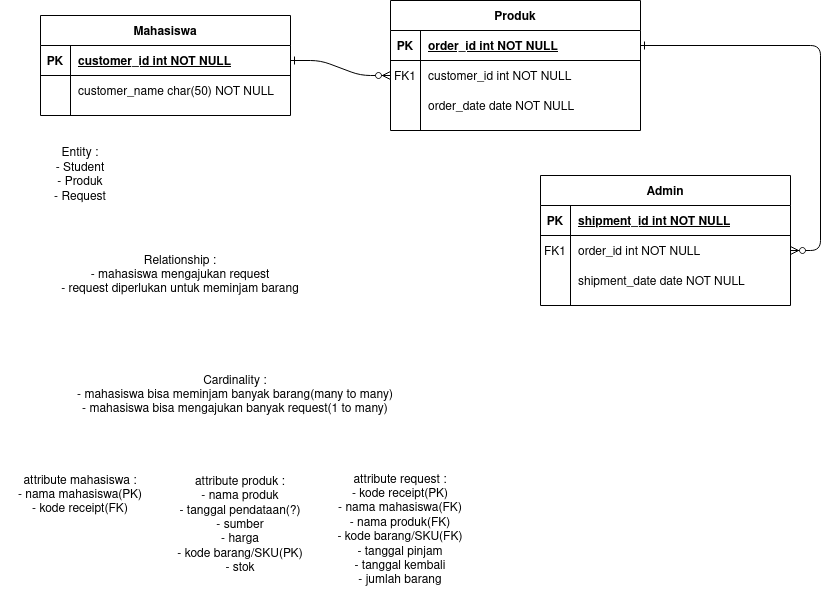
Above: diagrams/ER diagram.drawio.png in johannfac/aplikasipeminjamanaset (draw.io), before the change. Source tidied: cells renumbered, new cells last; positions are measured from the earlier drawing's top-left corner, leaving out a move shared by most shapes.
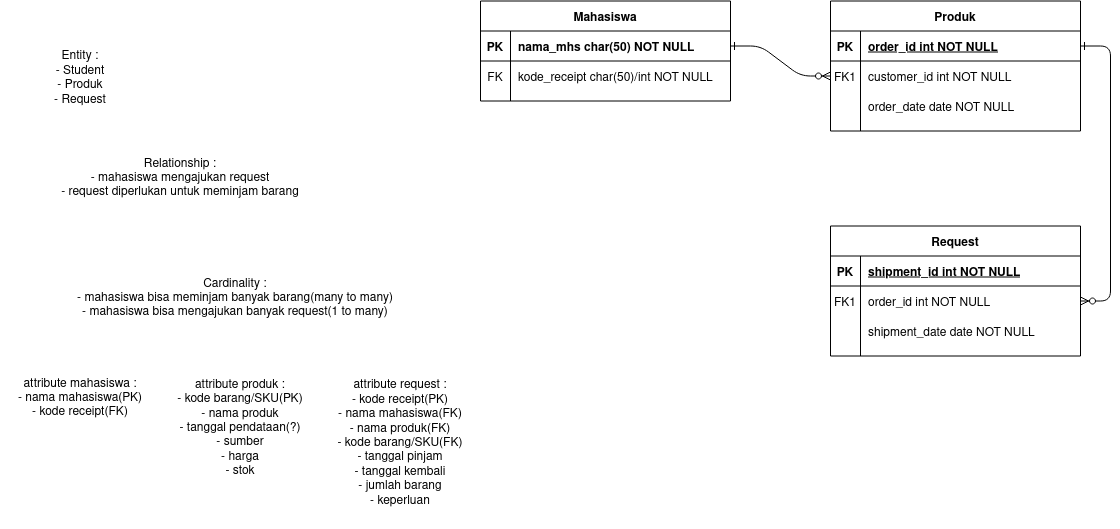
Above is the later version.

Diff of the diagram source:
```diff
@@ -9,7 +9,7 @@
       <mxGeometry relative="1" as="geometry" />
     </mxCell>
     <mxCell id="4" value="Produk" style="shape=table;startSize=30;rowLines=0;fontStyle=1;align=center;fontColor=default;fillColor=default;strokeColor=default;" parent="1" vertex="1">
-      <mxGeometry x="390" width="250" height="130" as="geometry" />
+      <mxGeometry x="830" y="97.5" width="250" height="130" as="geometry" />
     </mxCell>
     <mxCell id="5" style="shape=partialRectangle;fillColor=none;points=[[0,0.5],[1,0.5]];portConstraint=eastwest;top=0;left=0;right=0;bottom=1;" parent="4" vertex="1">
       <mxGeometry y="30" width="250" height="30" as="geometry" />
@@ -38,8 +38,8 @@
     <mxCell id="13" value="order_date date NOT NULL" style="shape=partialRectangle;overflow=hidden;fillColor=none;top=0;left=0;bottom=0;right=0;align=left;spacingLeft=6;" parent="11" vertex="1">
       <mxGeometry x="30" width="220" height="30" as="geometry" />
     </mxCell>
-    <mxCell id="14" value="Admin" style="shape=table;startSize=30;rowLines=0;fontStyle=1;align=center;fontColor=default;fillColor=default;strokeColor=default;" parent="1" vertex="1">
-      <mxGeometry x="540" y="175" width="250" height="130" as="geometry" />
+    <mxCell id="14" value="Request" style="shape=table;startSize=30;rowLines=0;fontStyle=1;align=center;fontColor=default;fillColor=default;strokeColor=default;" parent="1" vertex="1">
+      <mxGeometry x="830" y="322.5" width="250" height="130" as="geometry" />
     </mxCell>
     <mxCell id="15" style="shape=partialRectangle;fillColor=none;top=0;left=0;right=0;bottom=1;" parent="14" vertex="1">
       <mxGeometry y="30" width="250" height="30" as="geometry" />
@@ -68,8 +68,8 @@
     <mxCell id="23" value="shipment_date date NOT NULL" style="shape=partialRectangle;overflow=hidden;fillColor=none;top=0;left=0;bottom=0;right=0;align=left;spacingLeft=6;" parent="21" vertex="1">
       <mxGeometry x="30" width="220" height="30" as="geometry" />
     </mxCell>
-    <mxCell id="24" value="Mahasiswa" style="shape=table;startSize=30;rowLines=0;fontStyle=1;align=center;fontColor=default;" parent="1" vertex="1">
-      <mxGeometry x="40" y="15" width="250" height="100" as="geometry" />
+    <mxCell id="24" value="Mahasiswa" style="shape=table;startSize=30;rowLines=0;fontStyle=1;align=center;fontColor=default;fillColor=default;strokeColor=default;" parent="1" vertex="1">
+      <mxGeometry x="480" y="97.5" width="250" height="100" as="geometry" />
     </mxCell>
     <mxCell id="25" style="shape=partialRectangle;fillColor=none;points=[[0,0.5],[1,0.5]];portConstraint=eastwest;top=0;left=0;right=0;bottom=1;" parent="24" vertex="1">
       <mxGeometry y="30" width="250" height="30" as="geometry" />
@@ -77,16 +77,16 @@
     <mxCell id="26" value="PK" style="shape=partialRectangle;overflow=hidden;fillColor=none;top=0;left=0;bottom=0;right=0;fontStyle=1;" parent="25" vertex="1">
       <mxGeometry width="30" height="30" as="geometry" />
     </mxCell>
-    <mxCell id="27" value="customer_id int NOT NULL " style="shape=partialRectangle;overflow=hidden;fillColor=none;top=0;left=0;bottom=0;right=0;align=left;spacingLeft=6;fontStyle=5;" parent="25" vertex="1">
+    <mxCell id="27" value="nama_mhs char(50) NOT NULL " style="shape=partialRectangle;overflow=hidden;fillColor=none;top=0;left=0;bottom=0;right=0;align=left;spacingLeft=6;fontStyle=1;fontColor=default;" parent="25" vertex="1">
       <mxGeometry x="30" width="220" height="30" as="geometry" />
     </mxCell>
     <mxCell id="28" style="shape=partialRectangle;fillColor=none;top=0;left=0;right=0;bottom=0;" parent="24" vertex="1">
       <mxGeometry y="60" width="250" height="30" as="geometry" />
     </mxCell>
-    <mxCell id="29" style="shape=partialRectangle;overflow=hidden;fillColor=none;top=0;left=0;bottom=0;right=0;" parent="28" vertex="1">
+    <mxCell id="29" value="FK" style="shape=partialRectangle;overflow=hidden;fillColor=none;top=0;left=0;bottom=0;right=0;fontColor=default;fontStyle=0;" parent="28" vertex="1">
       <mxGeometry width="30" height="30" as="geometry" />
     </mxCell>
-    <mxCell id="30" value="customer_name char(50) NOT NULL" style="shape=partialRectangle;overflow=hidden;fillColor=none;top=0;left=0;bottom=0;right=0;align=left;spacingLeft=6;" parent="28" vertex="1">
+    <mxCell id="30" value="kode_receipt char(50)/int NOT NULL" style="shape=partialRectangle;overflow=hidden;fillColor=none;top=0;left=0;bottom=0;right=0;align=left;spacingLeft=6;fontColor=default;strokeColor=default;fontStyle=0;" parent="28" vertex="1">
       <mxGeometry x="30" width="220" height="30" as="geometry" />
     </mxCell>
     <mxCell id="31" value="&lt;div&gt;Entity :&lt;/div&gt;&lt;div&gt;- Student&lt;/div&gt;&lt;div&gt;- Produk&lt;/div&gt;&lt;div&gt;- Request&lt;br&gt;&lt;/div&gt;" style="text;html=1;strokeColor=none;fillColor=none;align=center;verticalAlign=middle;whiteSpace=wrap;rounded=0;fontColor=default;" parent="1" vertex="1">
@@ -101,11 +101,11 @@
     <mxCell id="34" value="&lt;div&gt;attribute mahasiswa :&lt;/div&gt;&lt;div&gt;- nama mahasiswa(PK)&lt;br&gt;&lt;/div&gt;&lt;div&gt;- kode receipt(FK)&lt;br&gt;&lt;/div&gt;" style="text;html=1;strokeColor=none;fillColor=none;align=center;verticalAlign=middle;whiteSpace=wrap;rounded=0;fontColor=default;" parent="1" vertex="1">
       <mxGeometry y="455" width="160" height="80" as="geometry" />
     </mxCell>
-    <mxCell id="35" value="&lt;div&gt;attribute produk :&lt;/div&gt;&lt;div&gt;- nama produk&lt;/div&gt;&lt;div&gt;- tanggal pendataan(?)&lt;br&gt;&lt;/div&gt;&lt;div&gt;- sumber&lt;br&gt;&lt;/div&gt;&lt;div&gt;- harga&lt;/div&gt;&lt;div&gt;- kode barang/SKU(PK)&lt;/div&gt;&lt;div&gt;- stok&lt;br&gt;&lt;/div&gt;" style="text;html=1;strokeColor=none;fillColor=none;align=center;verticalAlign=middle;whiteSpace=wrap;rounded=0;fontColor=default;" parent="1" vertex="1">
+    <mxCell id="35" value="&lt;div&gt;attribute produk :&lt;/div&gt;&lt;div&gt;- kode barang/SKU(PK)&lt;/div&gt;&lt;div&gt;- nama produk&lt;/div&gt;&lt;div&gt;- tanggal pendataan(?)&lt;br&gt;&lt;/div&gt;&lt;div&gt;- sumber&lt;br&gt;&lt;/div&gt;&lt;div&gt;- harga&lt;/div&gt;&lt;div&gt;- stok&lt;br&gt;&lt;/div&gt;" style="text;html=1;strokeColor=none;fillColor=none;align=center;verticalAlign=middle;whiteSpace=wrap;rounded=0;fontColor=default;" parent="1" vertex="1">
       <mxGeometry x="160" y="455" width="160" height="140" as="geometry" />
     </mxCell>
-    <mxCell id="36" value="&lt;div&gt;attribute request :&lt;/div&gt;&lt;div&gt;- kode receipt(PK)&lt;/div&gt;&lt;div&gt;- nama mahasiswa(FK)&lt;/div&gt;&lt;div&gt;- nama produk(FK)&lt;/div&gt;&lt;div&gt;- kode barang/SKU(FK)&lt;/div&gt;&lt;div&gt;- tanggal pinjam&lt;/div&gt;&lt;div&gt;- tanggal kembali&lt;/div&gt;&lt;div&gt;- jumlah barang&lt;br&gt;&lt;/div&gt;" style="text;html=1;strokeColor=none;fillColor=none;align=center;verticalAlign=middle;whiteSpace=wrap;rounded=0;fontColor=default;" parent="1" vertex="1">
-      <mxGeometry x="320" y="455" width="160" height="150" as="geometry" />
+    <mxCell id="36" value="&lt;div&gt;attribute request :&lt;/div&gt;&lt;div&gt;- kode receipt(PK)&lt;/div&gt;&lt;div&gt;- nama mahasiswa(FK)&lt;/div&gt;&lt;div&gt;- nama produk(FK)&lt;/div&gt;&lt;div&gt;- kode barang/SKU(FK)&lt;/div&gt;&lt;div&gt;- tanggal pinjam&lt;/div&gt;&lt;div&gt;- tanggal kembali&lt;/div&gt;&lt;div&gt;- jumlah barang&lt;br&gt;&lt;/div&gt;&lt;div&gt;- keperluan&lt;br&gt;&lt;/div&gt;" style="text;html=1;strokeColor=none;fillColor=none;align=center;verticalAlign=middle;whiteSpace=wrap;rounded=0;fontColor=default;" parent="1" vertex="1">
+      <mxGeometry x="320" y="455" width="160" height="170" as="geometry" />
     </mxCell>
   </root>
 </mxGraphModel>
```
